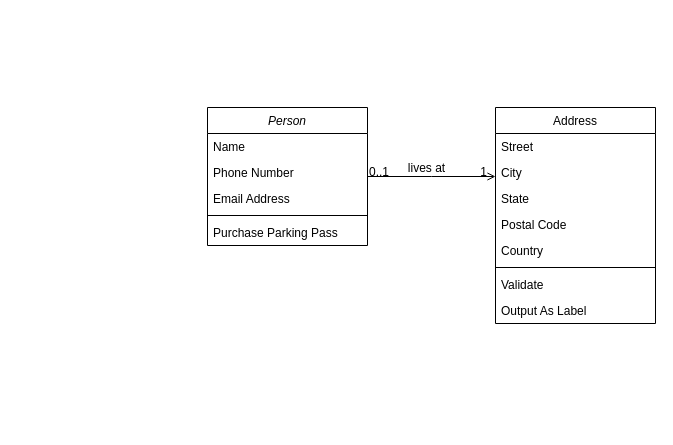
Before: Diagramme sans nom.drawio in epiphanie8/ToDoList, a draw.io diagram. Source tidied: cells renumbered, new cells numbered last; positions are measured from the earlier drawing's top-left corner, leaving out a move shared by most shapes. Both pictures are drawn from the tidied source at 100%, with x=0, y=0 at pixel (207, 107).
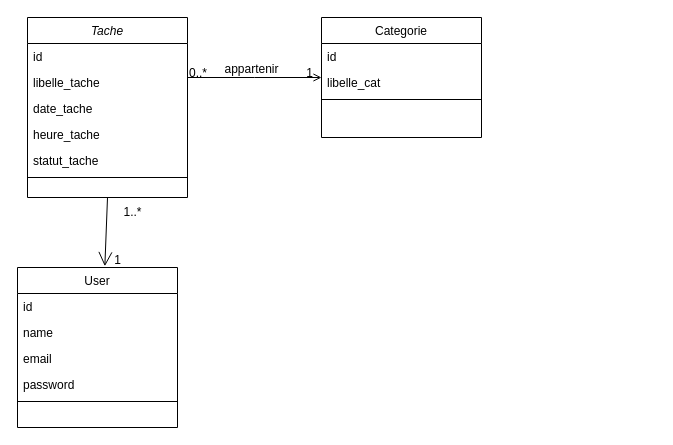
Above is the later version.

Commit message (it also covers changes not shown here):
Mettre à jour Diagramme sans nom.drawio

The change refers to these unchanged cells:
```xml
<mxCell id="17" style="endArrow=open;shadow=0;strokeWidth=1;rounded=0;curved=0;endFill=1;edgeStyle=elbowEdgeStyle;elbow=vertical;" parent="1" edge="1" source="2" target="8">
  <mxGeometry x="0.5" y="41" relative="1" as="geometry">
    <mxPoint x="-40" y="32" as="offset" />
  </mxGeometry>
</mxCell>
```

Change to the diagram source:
```diff
@@
-    <mxCell id="2" value="Person" style="swimlane;fontStyle=2;align=center;verticalAlign=top;horizontal=1;startSize=26;rounded=0;shadow=0;strokeWidth=1;" parent="1" vertex="1">
-      <mxGeometry width="160" height="138" as="geometry" />
+    <mxCell id="2" value="Tache" style="swimlane;fontStyle=2;align=center;verticalAlign=top;horizontal=1;startSize=26;rounded=0;shadow=0;strokeWidth=1;" parent="1" vertex="1">
+      <mxGeometry x="-180" y="-90" width="160" height="180" as="geometry" />
     </mxCell>
-    <mxCell id="3" value="Name" style="text;align=left;verticalAlign=top;spacingLeft=4;spacingRight=4;overflow=hidden;" parent="2" vertex="1">
+    <mxCell id="3" value="id" style="text;align=left;verticalAlign=top;spacingLeft=4;spacingRight=4;overflow=hidden;" parent="2" vertex="1">
       <mxGeometry y="26" width="160" height="26" as="geometry" />
     </mxCell>
-    <mxCell id="4" value="Phone Number" style="text;align=left;verticalAlign=top;spacingLeft=4;spacingRight=4;overflow=hidden;rounded=0;shadow=0;html=0;" parent="2" vertex="1">
+    <mxCell id="4" value="libelle_tache" style="text;align=left;verticalAlign=top;spacingLeft=4;spacingRight=4;overflow=hidden;rounded=0;shadow=0;html=0;" parent="2" vertex="1">
       <mxGeometry y="52" width="160" height="26" as="geometry" />
     </mxCell>
-    <mxCell id="5" value="Email Address" style="text;align=left;verticalAlign=top;spacingLeft=4;spacingRight=4;overflow=hidden;rounded=0;shadow=0;html=0;" parent="2" vertex="1">
+    <mxCell id="5" value="date_tache" style="text;align=left;verticalAlign=top;spacingLeft=4;spacingRight=4;overflow=hidden;rounded=0;shadow=0;html=0;" parent="2" vertex="1">
       <mxGeometry y="78" width="160" height="26" as="geometry" />
     </mxCell>
+    <mxCell id="7" value="heure_tache" style="text;align=left;verticalAlign=top;spacingLeft=4;spacingRight=4;overflow=hidden;" parent="2" vertex="1">
+      <mxGeometry y="104" width="160" height="26" as="geometry" />
+    </mxCell>
+    <mxCell id="21" value="statut_tache" style="text;align=left;verticalAlign=top;spacingLeft=4;spacingRight=4;overflow=hidden;" parent="2" vertex="1">
+      <mxGeometry y="130" width="160" height="26" as="geometry" />
+    </mxCell>
     <mxCell id="6" style="line;html=1;strokeWidth=1;align=left;verticalAlign=middle;spacingTop=-1;spacingLeft=3;spacingRight=3;labelPosition=right;" parent="2" vertex="1">
-      <mxGeometry y="104" width="160" height="8" as="geometry" />
+      <mxGeometry y="156" width="160" height="8" as="geometry" />
     </mxCell>
-    <mxCell id="7" value="Purchase Parking Pass" style="text;align=left;verticalAlign=top;spacingLeft=4;spacingRight=4;overflow=hidden;" parent="2" vertex="1">
-      <mxGeometry y="112" width="160" height="26" as="geometry" />
-    </mxCell>
-    <mxCell id="8" value="Address" style="swimlane;fontStyle=0;align=center;verticalAlign=top;horizontal=1;startSize=26;rounded=0;shadow=0;strokeWidth=1;" parent="1" vertex="1">
-      <mxGeometry x="288" width="160" height="216" as="geometry" />
+    <mxCell id="8" value="Categorie" style="swimlane;fontStyle=0;align=center;verticalAlign=top;horizontal=1;startSize=26;rounded=0;shadow=0;strokeWidth=1;" parent="1" vertex="1">
+      <mxGeometry x="114" y="-90" width="160" height="120" as="geometry" />
     </mxCell>
-    <mxCell id="9" value="Street" style="text;align=left;verticalAlign=top;spacingLeft=4;spacingRight=4;overflow=hidden;" parent="8" vertex="1">
+    <mxCell id="9" value="id" style="text;align=left;verticalAlign=top;spacingLeft=4;spacingRight=4;overflow=hidden;" parent="8" vertex="1">
       <mxGeometry y="26" width="160" height="26" as="geometry" />
     </mxCell>
-    <mxCell id="10" value="City" style="text;align=left;verticalAlign=top;spacingLeft=4;spacingRight=4;overflow=hidden;rounded=0;shadow=0;html=0;" parent="8" vertex="1">
+    <mxCell id="10" value="libelle_cat" style="text;align=left;verticalAlign=top;spacingLeft=4;spacingRight=4;overflow=hidden;rounded=0;shadow=0;html=0;" parent="8" vertex="1">
       <mxGeometry y="52" width="160" height="26" as="geometry" />
     </mxCell>
-    <mxCell id="11" value="State" style="text;align=left;verticalAlign=top;spacingLeft=4;spacingRight=4;overflow=hidden;rounded=0;shadow=0;html=0;" parent="8" vertex="1">
-      <mxGeometry y="78" width="160" height="26" as="geometry" />
-    </mxCell>
-    <mxCell id="12" value="Postal Code" style="text;align=left;verticalAlign=top;spacingLeft=4;spacingRight=4;overflow=hidden;rounded=0;shadow=0;html=0;" parent="8" vertex="1">
-      <mxGeometry y="104" width="160" height="26" as="geometry" />
-    </mxCell>
-    <mxCell id="13" value="Country" style="text;align=left;verticalAlign=top;spacingLeft=4;spacingRight=4;overflow=hidden;rounded=0;shadow=0;html=0;" parent="8" vertex="1">
-      <mxGeometry y="130" width="160" height="26" as="geometry" />
-    </mxCell>
     <mxCell id="14" style="line;html=1;strokeWidth=1;align=left;verticalAlign=middle;spacingTop=-1;spacingLeft=3;spacingRight=3;labelPosition=right;" parent="8" vertex="1">
-      <mxGeometry y="156" width="160" height="8" as="geometry" />
+      <mxGeometry y="78" width="160" height="8" as="geometry" />
     </mxCell>
-    <mxCell id="15" value="Validate" style="text;align=left;verticalAlign=top;spacingLeft=4;spacingRight=4;overflow=hidden;" parent="8" vertex="1">
-      <mxGeometry y="164" width="160" height="26" as="geometry" />
-    </mxCell>
-    <mxCell id="16" value="Output As Label" style="text;align=left;verticalAlign=top;spacingLeft=4;spacingRight=4;overflow=hidden;" parent="8" vertex="1">
-      <mxGeometry y="190" width="160" height="26" as="geometry" />
-    </mxCell>
@@
-    <mxCell id="18" value="0..1" style="align=left;verticalAlign=bottom;labelBackgroundColor=none;fontSize=12;" parent="17" vertex="1">
+    <mxCell id="18" value="0..*" style="align=left;verticalAlign=bottom;labelBackgroundColor=none;fontSize=12;" parent="17" vertex="1">
       <mxGeometry x="-1" relative="1" as="geometry">
         <mxPoint y="4" as="offset" />
       </mxGeometry>
     </mxCell>
@@
-    <mxCell id="20" value="lives at" style="text;html=1;align=center;verticalAlign=middle;labelBackgroundColor=none;rounded=0;shadow=0;strokeWidth=1;fontSize=12;" parent="17" vertex="1">
+    <mxCell id="20" value="appartenir" style="text;html=1;align=center;verticalAlign=middle;labelBackgroundColor=none;rounded=0;shadow=0;strokeWidth=1;fontSize=12;" parent="17" vertex="1">
       <mxGeometry x="0.5" y="49" relative="1" as="geometry">
         <mxPoint x="-38" y="40" as="offset" />
       </mxGeometry>
     </mxCell>
+    <mxCell id="22" value="User" style="swimlane;fontStyle=0;align=center;verticalAlign=top;horizontal=1;startSize=26;rounded=0;shadow=0;strokeWidth=1;" parent="1" vertex="1">
+      <mxGeometry x="-190" y="160" width="160" height="160" as="geometry" />
+    </mxCell>
+    <mxCell id="23" value="id" style="text;align=left;verticalAlign=top;spacingLeft=4;spacingRight=4;overflow=hidden;" parent="22" vertex="1">
+      <mxGeometry y="26" width="160" height="26" as="geometry" />
+    </mxCell>
+    <mxCell id="24" value="name" style="text;align=left;verticalAlign=top;spacingLeft=4;spacingRight=4;overflow=hidden;rounded=0;shadow=0;html=0;" parent="22" vertex="1">
+      <mxGeometry y="52" width="160" height="26" as="geometry" />
+    </mxCell>
+    <mxCell id="25" value="email" style="text;align=left;verticalAlign=top;spacingLeft=4;spacingRight=4;overflow=hidden;rounded=0;shadow=0;html=0;" parent="22" vertex="1">
+      <mxGeometry y="78" width="160" height="26" as="geometry" />
+    </mxCell>
+    <mxCell id="26" value="password" style="text;align=left;verticalAlign=top;spacingLeft=4;spacingRight=4;overflow=hidden;rounded=0;shadow=0;html=0;" parent="22" vertex="1">
+      <mxGeometry y="104" width="160" height="26" as="geometry" />
+    </mxCell>
+    <mxCell id="27" style="line;html=1;strokeWidth=1;align=left;verticalAlign=middle;spacingTop=-1;spacingLeft=3;spacingRight=3;labelPosition=right;" parent="22" vertex="1">
+      <mxGeometry y="130" width="160" height="8" as="geometry" />
+    </mxCell>
+    <mxCell id="28" style="endArrow=open;endFill=1;endSize=12;html=1;rounded=0;exitX=0.5;exitY=1;exitDx=0;exitDy=0;entryX=0.546;entryY=-0.008;entryDx=0;entryDy=0;entryPerimeter=0;" parent="1" edge="1" source="2" target="22">
+      <mxGeometry relative="1" as="geometry" />
+    </mxCell>
+    <mxCell id="29" value="1..*" style="text;html=1;align=center;verticalAlign=middle;strokeColor=none;fillColor=none;" parent="1" vertex="1">
+      <mxGeometry x="-95" y="90" width="40" height="30" as="geometry" />
+    </mxCell>
+    <mxCell id="30" value="1" style="text;html=1;align=center;verticalAlign=middle;strokeColor=none;fillColor=none;" parent="1" vertex="1">
+      <mxGeometry x="-105" y="138" width="30" height="30" as="geometry" />
+    </mxCell>
```
